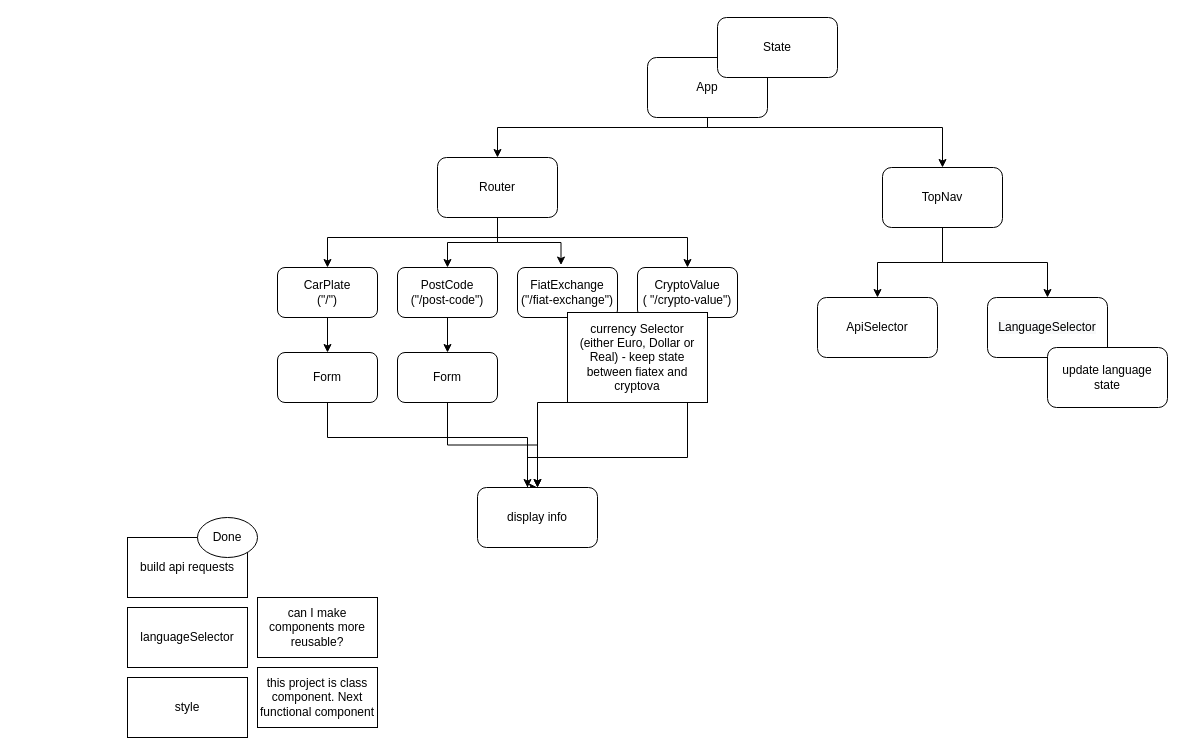
juanbarbera/diagrams keeps this draw.io diagram as page "Page-1" (1 of 2) of Untitled Diagram.drawio. Above is the earlier version. Source tidied: cells renumbered, new cells numbered last; positions are measured from the earlier drawing's top-left corner, leaving out a move shared by most shapes. Both pictures are drawn from the tidied source at 100%, with x=0, y=0 at pixel (127, 17).
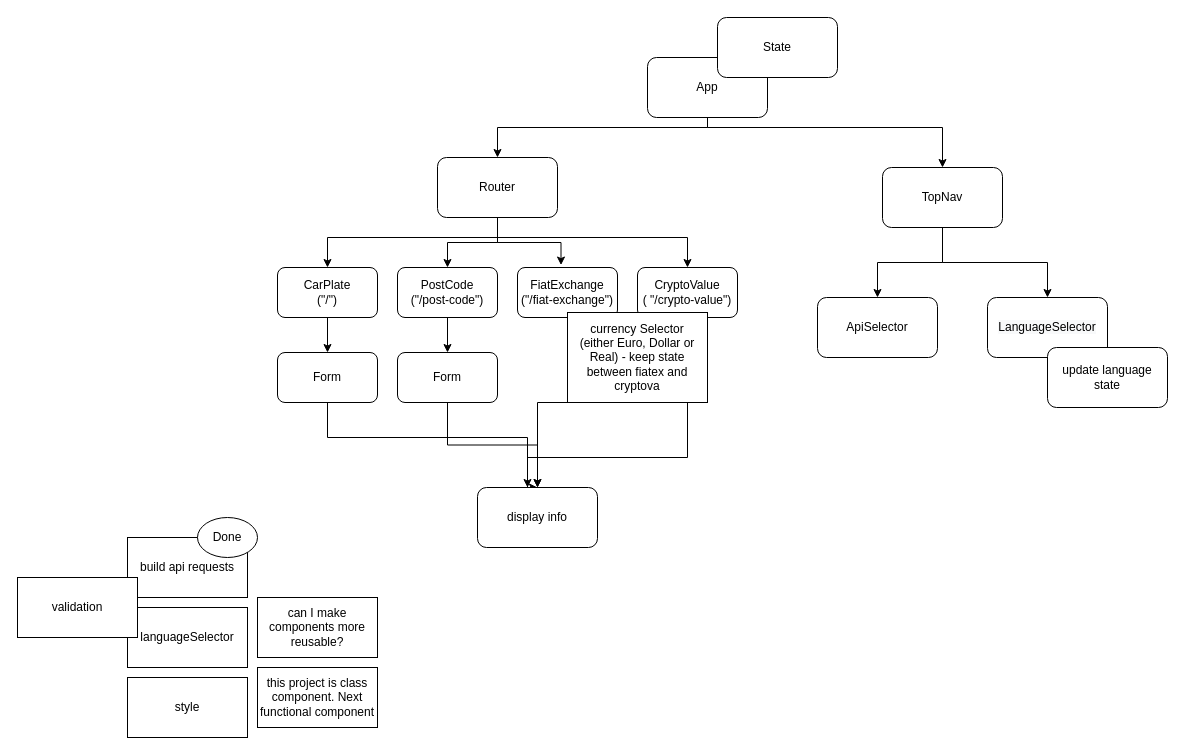
Above is the later version.

What changed in the source:
```diff
@@
+    <mxCell id="38" value="validation" style="rounded=0;whiteSpace=wrap;html=1;" parent="1" vertex="1">
+      <mxGeometry x="-110" y="560" width="120" height="60" as="geometry" />
+    </mxCell>
```
